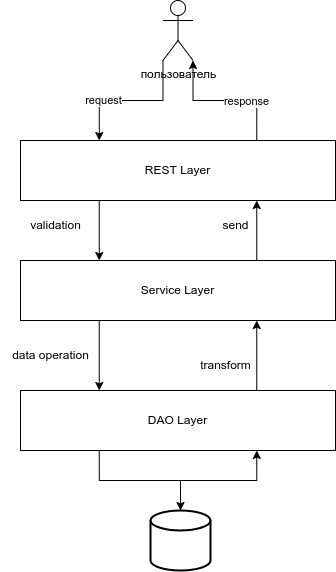
This is image/readme/architecture.drawio.png from ak-karimzai/web-labs, a draw.io export, as it was before one commit. Source tidied: cells renumbered, new cells last; positions are measured from the earlier drawing's top-left corner, leaving out a move shared by most shapes. The source it was exported from:
```xml
<mxGraphModel>
  <root>
    <mxCell id="0" />
    <mxCell id="1" parent="0" />
    <mxCell id="2" style="edgeStyle=orthogonalEdgeStyle;rounded=0;jettySize=auto;html=1;exitX=0.5;exitY=0;exitDx=0;exitDy=0;exitPerimeter=0;entryX=0.75;entryY=1;entryDx=0;entryDy=0;" parent="1" edge="1" source="3" target="6">
      <mxGeometry relative="1" as="geometry" />
    </mxCell>
    <mxCell id="3" style="strokeWidth=2;html=1;shape=mxgraph.flowchart.database;whiteSpace=wrap;" parent="1" vertex="1">
      <mxGeometry x="150" y="510" width="60" height="60" as="geometry" />
    </mxCell>
    <mxCell id="4" style="edgeStyle=orthogonalEdgeStyle;rounded=0;jettySize=auto;html=1;exitX=0.75;exitY=0;exitDx=0;exitDy=0;entryX=0.75;entryY=1;entryDx=0;entryDy=0;" parent="1" edge="1" source="6" target="9">
      <mxGeometry relative="1" as="geometry" />
    </mxCell>
    <mxCell id="5" style="edgeStyle=orthogonalEdgeStyle;rounded=0;jettySize=auto;html=1;exitX=0.25;exitY=1;exitDx=0;exitDy=0;" parent="1" edge="1" source="6" target="3">
      <mxGeometry relative="1" as="geometry" />
    </mxCell>
    <mxCell id="6" value="DAO Layer" style="rounded=0;whiteSpace=wrap;html=1;" parent="1" vertex="1">
      <mxGeometry x="20" y="390" width="315" height="60" as="geometry" />
    </mxCell>
    <mxCell id="7" style="edgeStyle=orthogonalEdgeStyle;rounded=0;jettySize=auto;html=1;exitX=0.75;exitY=0;exitDx=0;exitDy=0;entryX=0.75;entryY=1;entryDx=0;entryDy=0;" parent="1" edge="1" source="9" target="13">
      <mxGeometry relative="1" as="geometry" />
    </mxCell>
    <mxCell id="8" style="edgeStyle=orthogonalEdgeStyle;rounded=0;jettySize=auto;html=1;exitX=0.25;exitY=1;exitDx=0;exitDy=0;entryX=0.25;entryY=0;entryDx=0;entryDy=0;" parent="1" edge="1" source="9" target="6">
      <mxGeometry relative="1" as="geometry" />
    </mxCell>
    <mxCell id="9" value="Service Layer" style="rounded=0;whiteSpace=wrap;html=1;" parent="1" vertex="1">
      <mxGeometry x="20" y="260" width="315" height="60" as="geometry" />
    </mxCell>
    <mxCell id="10" style="edgeStyle=orthogonalEdgeStyle;rounded=0;jettySize=auto;html=1;exitX=0.25;exitY=1;exitDx=0;exitDy=0;entryX=0.25;entryY=0;entryDx=0;entryDy=0;" parent="1" edge="1" source="13" target="9">
      <mxGeometry relative="1" as="geometry" />
    </mxCell>
    <mxCell id="11" style="edgeStyle=orthogonalEdgeStyle;rounded=0;jettySize=auto;html=1;exitX=0.75;exitY=0;exitDx=0;exitDy=0;entryX=1;entryY=1;entryDx=0;entryDy=0;entryPerimeter=0;" parent="1" edge="1" source="13" target="16">
      <mxGeometry relative="1" as="geometry" />
    </mxCell>
    <mxCell id="12" value="response" style="edgeLabel;html=1;align=center;verticalAlign=middle;" parent="11" vertex="1">
      <mxGeometry x="-0.29" relative="1" as="geometry" />
    </mxCell>
    <mxCell id="13" value="REST Layer" style="rounded=0;whiteSpace=wrap;html=1;" parent="1" vertex="1">
      <mxGeometry x="20" y="140" width="315" height="60" as="geometry" />
    </mxCell>
    <mxCell id="14" style="edgeStyle=orthogonalEdgeStyle;rounded=0;jettySize=auto;html=1;exitX=0;exitY=1;exitDx=0;exitDy=0;exitPerimeter=0;entryX=0.25;entryY=0;entryDx=0;entryDy=0;" parent="1" edge="1" source="16" target="13">
      <mxGeometry relative="1" as="geometry" />
    </mxCell>
    <mxCell id="15" value="request" style="edgeLabel;html=1;align=center;verticalAlign=middle;" parent="14" vertex="1">
      <mxGeometry x="0.4" y="-1" relative="1" as="geometry" />
    </mxCell>
    <mxCell id="16" value="пользователь" style="shape=umlActor;verticalLabelPosition=bottom;verticalAlign=top;html=1;outlineConnect=0;" parent="1" vertex="1">
      <mxGeometry x="162.5" width="30" height="60" as="geometry" />
    </mxCell>
    <mxCell id="17" value="validation" style="text;html=1;align=center;verticalAlign=middle;strokeColor=none;fillColor=none;" parent="1" vertex="1">
      <mxGeometry x="20" y="210" width="70" height="30" as="geometry" />
    </mxCell>
    <mxCell id="18" value="send" style="text;html=1;align=center;verticalAlign=middle;strokeColor=none;fillColor=none;" parent="1" vertex="1">
      <mxGeometry x="210" y="210" width="50" height="30" as="geometry" />
    </mxCell>
    <mxCell id="19" value="data operation" style="text;html=1;align=center;verticalAlign=middle;strokeColor=none;fillColor=none;" parent="1" vertex="1">
      <mxGeometry y="340" width="100" height="30" as="geometry" />
    </mxCell>
    <mxCell id="20" value="transform" style="text;html=1;align=center;verticalAlign=middle;strokeColor=none;fillColor=none;" parent="1" vertex="1">
      <mxGeometry x="190" y="350" width="70" height="30" as="geometry" />
    </mxCell>
  </root>
</mxGraphModel>
```
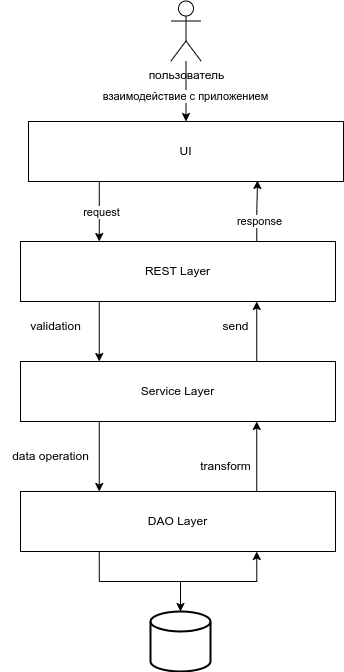
The same diagram one commit later.

The edit, as a diff of the source:
```diff
@@ -29,24 +29,9 @@
     <mxCell id="10" style="edgeStyle=orthogonalEdgeStyle;rounded=0;jettySize=auto;html=1;exitX=0.25;exitY=1;exitDx=0;exitDy=0;entryX=0.25;entryY=0;entryDx=0;entryDy=0;" parent="1" edge="1" source="13" target="9">
       <mxGeometry relative="1" as="geometry" />
     </mxCell>
-    <mxCell id="11" style="edgeStyle=orthogonalEdgeStyle;rounded=0;jettySize=auto;html=1;exitX=0.75;exitY=0;exitDx=0;exitDy=0;entryX=1;entryY=1;entryDx=0;entryDy=0;entryPerimeter=0;" parent="1" edge="1" source="13" target="16">
-      <mxGeometry relative="1" as="geometry" />
-    </mxCell>
-    <mxCell id="12" value="response" style="edgeLabel;html=1;align=center;verticalAlign=middle;" parent="11" vertex="1">
-      <mxGeometry x="-0.29" relative="1" as="geometry" />
-    </mxCell>
     <mxCell id="13" value="REST Layer" style="rounded=0;whiteSpace=wrap;html=1;" parent="1" vertex="1">
       <mxGeometry x="20" y="140" width="315" height="60" as="geometry" />
     </mxCell>
-    <mxCell id="14" style="edgeStyle=orthogonalEdgeStyle;rounded=0;jettySize=auto;html=1;exitX=0;exitY=1;exitDx=0;exitDy=0;exitPerimeter=0;entryX=0.25;entryY=0;entryDx=0;entryDy=0;" parent="1" edge="1" source="16" target="13">
-      <mxGeometry relative="1" as="geometry" />
-    </mxCell>
-    <mxCell id="15" value="request" style="edgeLabel;html=1;align=center;verticalAlign=middle;" parent="14" vertex="1">
-      <mxGeometry x="0.4" y="-1" relative="1" as="geometry" />
-    </mxCell>
-    <mxCell id="16" value="пользователь" style="shape=umlActor;verticalLabelPosition=bottom;verticalAlign=top;html=1;outlineConnect=0;" parent="1" vertex="1">
-      <mxGeometry x="162.5" width="30" height="60" as="geometry" />
-    </mxCell>
     <mxCell id="17" value="validation" style="text;html=1;align=center;verticalAlign=middle;strokeColor=none;fillColor=none;" parent="1" vertex="1">
       <mxGeometry x="20" y="210" width="70" height="30" as="geometry" />
     </mxCell>
@@ -59,5 +44,35 @@
     <mxCell id="20" value="transform" style="text;html=1;align=center;verticalAlign=middle;strokeColor=none;fillColor=none;" parent="1" vertex="1">
       <mxGeometry x="190" y="350" width="70" height="30" as="geometry" />
     </mxCell>
+    <mxCell id="21" style="edgeStyle=orthogonalEdgeStyle;rounded=0;jettySize=auto;html=1;exitX=0.25;exitY=1;exitDx=0;exitDy=0;entryX=0.25;entryY=0;entryDx=0;entryDy=0;" parent="1" edge="1" source="22" target="13">
+      <mxGeometry relative="1" as="geometry">
+        <Array as="points">
+          <mxPoint x="99" y="80" />
+        </Array>
+      </mxGeometry>
+    </mxCell>
+    <mxCell id="22" value="UI" style="rounded=0;whiteSpace=wrap;html=1;" parent="1" vertex="1">
+      <mxGeometry x="28" y="20" width="315" height="60" as="geometry" />
+    </mxCell>
+    <mxCell id="23" style="edgeStyle=orthogonalEdgeStyle;rounded=0;jettySize=auto;html=1;" parent="1" edge="1" source="16" target="22">
+      <mxGeometry relative="1" as="geometry" />
+    </mxCell>
+    <mxCell id="24" value="взаимодействие с приложением" style="edgeLabel;html=1;align=center;verticalAlign=middle;" parent="23" vertex="1">
+      <mxGeometry x="0.14" y="-1" relative="1" as="geometry" />
+    </mxCell>
+    <mxCell id="16" value="пользователь" style="shape=umlActor;verticalLabelPosition=bottom;verticalAlign=top;html=1;outlineConnect=0;" parent="1" vertex="1">
+      <mxGeometry x="170.5" y="-100.5" width="30" height="60" as="geometry" />
+    </mxCell>
+    <mxCell id="25" style="edgeStyle=orthogonalEdgeStyle;rounded=0;jettySize=auto;html=1;exitX=0.75;exitY=0;exitDx=0;exitDy=0;entryX=0.727;entryY=0.983;entryDx=0;entryDy=0;entryPerimeter=0;" parent="1" edge="1" source="13" target="22">
+      <mxGeometry relative="1" as="geometry" />
+    </mxCell>
+    <mxCell id="15" value="request" style="edgeLabel;html=1;align=center;verticalAlign=middle;" parent="1" vertex="1">
+      <mxGeometry x="100" y="110" as="geometry" />
+    </mxCell>
+    <mxCell id="12" value="response" style="edgeLabel;html=1;align=center;verticalAlign=middle;" parent="1" vertex="1">
+      <mxGeometry x="260.2" y="10" as="geometry">
+        <mxPoint x="-2" y="109" as="offset" />
+      </mxGeometry>
+    </mxCell>
   </root>
 </mxGraphModel>
```
